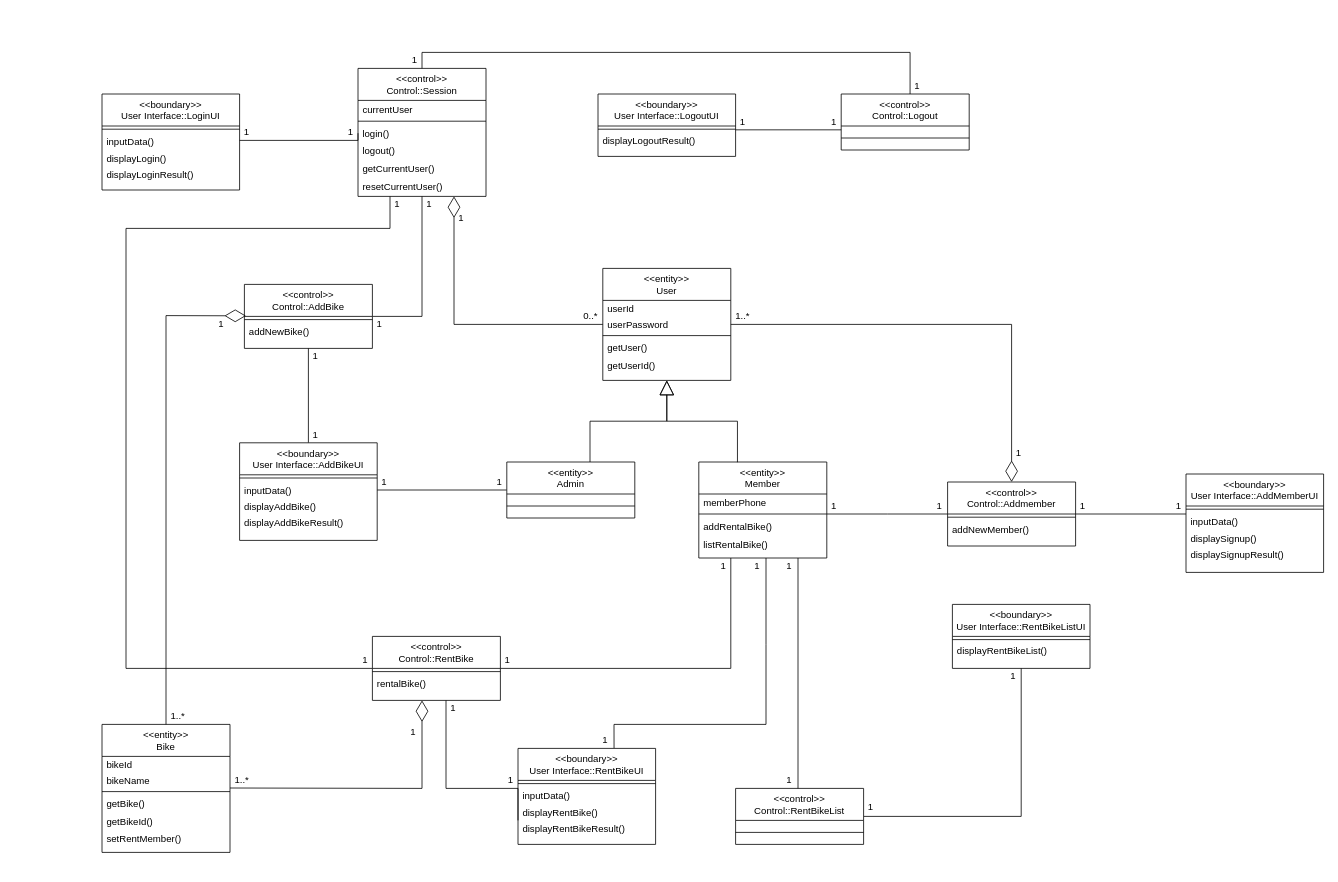
The draw.io diagram requirement_capturing/analysis_class_diagram.drawio in cmin42/2025-1-SE-HW, before the edit. Source tidied: cells renumbered, new cells numbered last; positions are measured from the earlier drawing's top-left corner, leaving out a move shared by most shapes. Both pictures are drawn from the tidied source at 80%, with x=0, y=0 at pixel (102, 52).
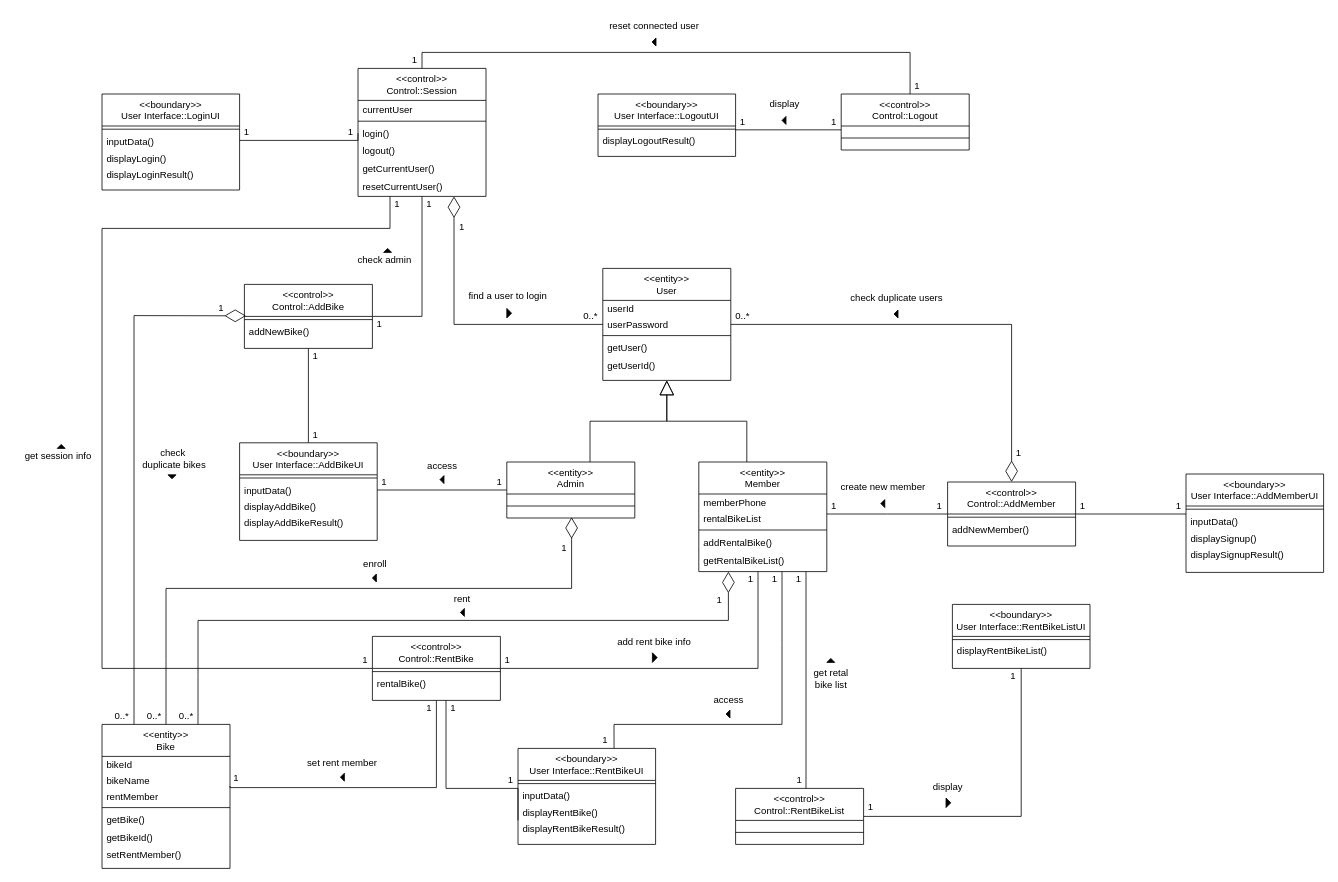
Above is the later version.

Commit message (it also covers changes not shown here):
Fix: association 상세화 및 전체적인 수정

Unchanged cells that the change refers to:
```xml
<mxCell id="36" value="&lt;&lt;boundary&gt;&gt;&#10;User Interface::RentBikeUI" style="swimlane;fontStyle=0;align=center;verticalAlign=top;horizontal=1;startSize=40;rounded=0;shadow=0;strokeWidth=1;" parent="1" vertex="1">
  <mxGeometry x="520" y="870" width="172" height="120" as="geometry" />
</mxCell>
<mxCell id="49" value="&lt;&lt;control&gt;&gt;&#10;Control::Session" style="swimlane;fontStyle=0;align=center;verticalAlign=top;horizontal=1;startSize=40;rounded=0;shadow=0;strokeWidth=1;" parent="1" vertex="1">
  <mxGeometry x="320" y="20" width="160" height="160" as="geometry" />
</mxCell>
<mxCell id="61" value="&lt;&lt;control&gt;&gt;&#10;Control::RentBike" style="swimlane;fontStyle=0;align=center;verticalAlign=top;horizontal=1;startSize=40;rounded=0;shadow=0;strokeWidth=1;" parent="1" vertex="1">
  <mxGeometry x="338" y="730" width="160" height="80" as="geometry" />
</mxCell>
<mxCell id="69" value="bikeName" style="text;align=left;verticalAlign=middle;spacingLeft=4;spacingRight=4;overflow=hidden;points=[[0,0.5],[1,0.5]];portConstraint=eastwest;rounded=0;shadow=0;html=0;" parent="67" vertex="1">
  <mxGeometry y="60" width="160" height="20" as="geometry" />
</mxCell>
```

The edit, as a diff of the source:
```diff
@@
     <mxCell id="16" value="&lt;&lt;entity&gt;&gt;&#10;Member" style="swimlane;fontStyle=0;align=center;verticalAlign=top;horizontal=1;startSize=40;rounded=0;shadow=0;strokeWidth=1;" parent="1" vertex="1">
-      <mxGeometry x="746" y="512" width="160" height="120" as="geometry" />
+      <mxGeometry x="746" y="512" width="160" height="137" as="geometry" />
     </mxCell>
@@
+    <mxCell id="124" value="rentalBikeList" style="text;align=left;verticalAlign=middle;spacingLeft=4;spacingRight=4;overflow=hidden;" parent="16" vertex="1">
+      <mxGeometry y="60" width="160" height="20" as="geometry" />
+    </mxCell>
     <mxCell id="18" style="line;html=1;strokeWidth=1;align=left;verticalAlign=middle;spacingTop=-1;spacingLeft=3;spacingRight=3;labelPosition=right;" parent="16" vertex="1">
-      <mxGeometry y="60" width="160" height="10" as="geometry" />
+      <mxGeometry y="80" width="160" height="10" as="geometry" />
     </mxCell>
     <mxCell id="19" value="addRentalBike()" style="text;align=left;verticalAlign=middle;spacingLeft=4;spacingRight=4;overflow=hidden;" parent="16" vertex="1">
-      <mxGeometry y="70" width="160" height="22" as="geometry" />
+      <mxGeometry y="90" width="160" height="22" as="geometry" />
     </mxCell>
-    <mxCell id="20" value="listRentalBike()" style="text;align=left;verticalAlign=middle;spacingLeft=4;spacingRight=4;overflow=hidden;" parent="16" vertex="1">
-      <mxGeometry y="92" width="160" height="22" as="geometry" />
+    <mxCell id="20" value="getRentalBikeList()" style="text;align=left;verticalAlign=middle;spacingLeft=4;spacingRight=4;overflow=hidden;" parent="16" vertex="1">
+      <mxGeometry y="112" width="160" height="22" as="geometry" />
     </mxCell>
@@
-    <mxCell id="45" value="&lt;&lt;control&gt;&gt;&#10;Control::Addmember" style="swimlane;fontStyle=0;align=center;verticalAlign=top;horizontal=1;startSize=40;rounded=0;shadow=0;strokeWidth=1;" parent="1" vertex="1">
+    <mxCell id="45" value="&lt;&lt;control&gt;&gt;&#10;Control::AddMember" style="swimlane;fontStyle=0;align=center;verticalAlign=top;horizontal=1;startSize=40;rounded=0;shadow=0;strokeWidth=1;" parent="1" vertex="1">
       <mxGeometry x="1057" y="537" width="160" height="80" as="geometry" />
     </mxCell>
@@
     <mxCell id="48" style="edgeStyle=orthogonalEdgeStyle;rounded=0;jettySize=auto;html=1;entryX=0;entryY=0.5;entryDx=0;entryDy=0;endArrow=none;startFill=0;" parent="1" edge="1" source="49" target="61">
       <mxGeometry relative="1" as="geometry">
         <Array as="points">
           <mxPoint x="360" y="220" />
-          <mxPoint x="30" y="220" />
-          <mxPoint x="30" y="770" />
+          <mxPoint y="220" />
+          <mxPoint y="770" />
         </Array>
       </mxGeometry>
     </mxCell>
@@
+    <mxCell id="125" style="edgeStyle=orthogonalEdgeStyle;rounded=0;jettySize=auto;html=1;entryX=0;entryY=1;entryDx=0;entryDy=0;endArrow=none;startFill=0;" parent="1" edge="1" source="61" target="90">
+      <mxGeometry relative="1" as="geometry">
+        <Array as="points">
+          <mxPoint x="418" y="919" />
+          <mxPoint x="160" y="919" />
+        </Array>
+      </mxGeometry>
+    </mxCell>
@@
     <mxCell id="67" value="&lt;&lt;entity&gt;&gt;&#10;Bike" style="swimlane;fontStyle=0;align=center;verticalAlign=top;horizontal=1;startSize=40;rounded=0;shadow=0;strokeWidth=1;" parent="1" vertex="1">
-      <mxGeometry y="840" width="160" height="160" as="geometry" />
+      <mxGeometry y="840" width="160" height="180" as="geometry" />
     </mxCell>
@@
+    <mxCell id="126" value="rentMember" style="text;align=left;verticalAlign=middle;spacingLeft=4;spacingRight=4;overflow=hidden;rounded=0;shadow=0;html=0;" parent="67" vertex="1">
+      <mxGeometry y="80" width="160" height="20" as="geometry" />
+    </mxCell>
     <mxCell id="70" style="line;html=1;strokeWidth=1;align=left;verticalAlign=middle;spacingTop=-1;spacingLeft=3;spacingRight=3;labelPosition=right;" parent="67" vertex="1">
-      <mxGeometry y="80" width="160" height="8" as="geometry" />
+      <mxGeometry y="100" width="160" height="8" as="geometry" />
     </mxCell>
     <mxCell id="71" value="getBike()" style="text;align=left;verticalAlign=middle;spacingLeft=4;spacingRight=4;overflow=hidden;" parent="67" vertex="1">
-      <mxGeometry y="88" width="160" height="22" as="geometry" />
+      <mxGeometry y="108" width="160" height="22" as="geometry" />
     </mxCell>
     <mxCell id="72" value="getBikeId()" style="text;align=left;verticalAlign=middle;spacingLeft=4;spacingRight=4;overflow=hidden;" parent="67" vertex="1">
-      <mxGeometry y="110" width="160" height="22" as="geometry" />
+      <mxGeometry y="130" width="160" height="22" as="geometry" />
     </mxCell>
     <mxCell id="73" value="setRentMember()" style="text;align=left;verticalAlign=middle;spacingLeft=4;spacingRight=4;overflow=hidden;" parent="67" vertex="1">
-      <mxGeometry y="132" width="160" height="22" as="geometry" />
+      <mxGeometry y="152" width="160" height="22" as="geometry" />
     </mxCell>
@@
-    <mxCell id="75" style="endArrow=block;endSize=16;endFill=0;html=1;rounded=0;exitX=0.302;exitY=0.002;exitDx=0;exitDy=0;edgeStyle=orthogonalEdgeStyle;exitPerimeter=0;" parent="1" edge="1" source="16">
+    <mxCell id="75" style="endArrow=block;endSize=16;endFill=0;html=1;rounded=0;edgeStyle=orthogonalEdgeStyle;" parent="1" edge="1">
       <mxGeometry relative="1" as="geometry">
+        <mxPoint x="806" y="512" as="sourcePoint" />
         <mxPoint x="706" y="410" as="targetPoint" />
         <Array as="points">
-          <mxPoint x="794" y="461" />
+          <mxPoint x="806" y="512" />
+          <mxPoint x="806" y="461" />
           <mxPoint x="706" y="461" />
         </Array>
       </mxGeometry>
     </mxCell>
@@
-    <mxCell id="85" style="endArrow=diamondThin;endFill=0;endSize=24;html=1;rounded=0;exitX=0.5;exitY=0;exitDx=0;exitDy=0;" parent="1" edge="1" source="67">
+    <mxCell id="85" style="endArrow=diamondThin;endFill=0;endSize=24;html=1;rounded=0;exitX=0.25;exitY=0;exitDx=0;exitDy=0;" parent="1" edge="1" source="67">
       <mxGeometry relative="1" as="geometry">
         <mxPoint x="180" y="329.3" as="targetPoint" />
         <Array as="points">
-          <mxPoint x="80" y="329" />
+          <mxPoint x="40" y="329" />
         </Array>
       </mxGeometry>
     </mxCell>
     <mxCell id="86" value="1" style="text;strokeColor=none;align=center;fillColor=none;html=1;verticalAlign=middle;whiteSpace=wrap;rounded=0;" parent="1" vertex="1">
-      <mxGeometry x="140" y="330" width="18" height="20" as="geometry" />
+      <mxGeometry x="140" y="310" width="18" height="20" as="geometry" />
     </mxCell>
-    <mxCell id="87" value="1..*" style="text;strokeColor=none;align=center;fillColor=none;html=1;verticalAlign=middle;whiteSpace=wrap;rounded=0;" parent="1" vertex="1">
-      <mxGeometry x="80" y="820" width="30" height="20" as="geometry" />
+    <mxCell id="87" value="0..*" style="text;strokeColor=none;align=center;fillColor=none;html=1;verticalAlign=middle;whiteSpace=wrap;rounded=0;" parent="1" vertex="1">
+      <mxGeometry x="10" y="820" width="30" height="20" as="geometry" />
     </mxCell>
-    <mxCell id="88" style="endArrow=diamondThin;endFill=0;endSize=24;html=1;rounded=0;exitX=1;exitY=0.975;exitDx=0;exitDy=0;exitPerimeter=0;" parent="1" edge="1" source="69">
-      <mxGeometry relative="1" as="geometry">
-        <mxPoint x="400" y="810" as="targetPoint" />
-        <Array as="points">
-          <mxPoint x="400" y="920" />
-        </Array>
-      </mxGeometry>
-    </mxCell>
     <mxCell id="89" value="1" style="text;strokeColor=none;align=center;fillColor=none;html=1;verticalAlign=middle;whiteSpace=wrap;rounded=0;" parent="1" vertex="1">
-      <mxGeometry x="380" y="840" width="18" height="20" as="geometry" />
+      <mxGeometry x="400" y="810" width="18" height="20" as="geometry" />
     </mxCell>
-    <mxCell id="90" value="1..*" style="text;strokeColor=none;align=center;fillColor=none;html=1;verticalAlign=middle;whiteSpace=wrap;rounded=0;" parent="1" vertex="1">
-      <mxGeometry x="160" y="900" width="30" height="20" as="geometry" />
+    <mxCell id="90" value="1" style="text;strokeColor=none;align=center;fillColor=none;html=1;verticalAlign=middle;whiteSpace=wrap;rounded=0;" parent="1" vertex="1">
+      <mxGeometry x="160" y="897" width="16" height="20" as="geometry" />
     </mxCell>
@@
-    <mxCell id="93" style="endArrow=none;endFill=0;endSize=24;html=1;rounded=0;entryX=1;entryY=0.5;entryDx=0;entryDy=0;exitX=0.25;exitY=1;exitDx=0;exitDy=0;startFill=0;" parent="1" edge="1" source="16" target="61">
+    <mxCell id="93" style="endArrow=none;endFill=0;endSize=24;html=1;rounded=0;entryX=1;entryY=0.5;entryDx=0;entryDy=0;startFill=0;" parent="1" edge="1" target="61">
       <mxGeometry relative="1" as="geometry">
+        <mxPoint x="820" y="649" as="sourcePoint" />
         <Array as="points">
-          <mxPoint x="786" y="770" />
+          <mxPoint x="820" y="770" />
         </Array>
       </mxGeometry>
     </mxCell>
     <mxCell id="94" style="endArrow=none;endFill=0;endSize=24;html=1;rounded=0;entryX=0.698;entryY=-0.003;entryDx=0;entryDy=0;entryPerimeter=0;startFill=0;" parent="1" edge="1" target="36">
       <mxGeometry relative="1" as="geometry">
-        <mxPoint x="830" y="632" as="sourcePoint" />
+        <mxPoint x="850" y="649" as="sourcePoint" />
         <Array as="points">
-          <mxPoint x="830" y="740" />
-          <mxPoint x="830" y="840" />
+          <mxPoint x="850" y="740" />
+          <mxPoint x="850" y="840" />
           <mxPoint x="720" y="840" />
           <mxPoint x="640" y="840" />
         </Array>
       </mxGeometry>
     </mxCell>
     <mxCell id="95" style="endArrow=none;endFill=0;endSize=24;html=1;rounded=0;startFill=0;" parent="1" edge="1">
       <mxGeometry relative="1" as="geometry">
-        <mxPoint x="870" y="632" as="sourcePoint" />
-        <mxPoint x="870" y="920" as="targetPoint" />
+        <mxPoint x="880" y="649" as="sourcePoint" />
+        <mxPoint x="880" y="920" as="targetPoint" />
       </mxGeometry>
     </mxCell>
@@
     <mxCell id="97" value="1" style="text;strokeColor=none;align=center;fillColor=none;html=1;verticalAlign=middle;whiteSpace=wrap;rounded=0;" parent="1" vertex="1">
-      <mxGeometry x="850" y="900" width="18" height="20" as="geometry" />
+      <mxGeometry x="863" y="900" width="18" height="20" as="geometry" />
     </mxCell>
@@
     <mxCell id="100" value="1" style="text;strokeColor=none;align=center;fillColor=none;html=1;verticalAlign=middle;whiteSpace=wrap;rounded=0;" parent="1" vertex="1">
-      <mxGeometry x="440" y="197" width="18" height="20" as="geometry" />
+      <mxGeometry x="441" y="209" width="18" height="20" as="geometry" />
     </mxCell>
@@
-    <mxCell id="104" value="1..*" style="text;strokeColor=none;align=center;fillColor=none;html=1;verticalAlign=middle;whiteSpace=wrap;rounded=0;" parent="1" vertex="1">
+    <mxCell id="104" value="0..*" style="text;strokeColor=none;align=center;fillColor=none;html=1;verticalAlign=middle;whiteSpace=wrap;rounded=0;" parent="1" vertex="1">
       <mxGeometry x="786" y="320" width="30" height="20" as="geometry" />
     </mxCell>
@@
     <mxCell id="107" value="1" style="text;strokeColor=none;align=center;fillColor=none;html=1;verticalAlign=middle;whiteSpace=wrap;rounded=0;" parent="1" vertex="1">
-      <mxGeometry x="768" y="632" width="18" height="20" as="geometry" />
+      <mxGeometry x="802" y="649" width="18" height="20" as="geometry" />
     </mxCell>
     <mxCell id="108" value="1" style="text;strokeColor=none;align=center;fillColor=none;html=1;verticalAlign=middle;whiteSpace=wrap;rounded=0;" parent="1" vertex="1">
-      <mxGeometry x="810" y="632" width="18" height="20" as="geometry" />
+      <mxGeometry x="832" y="649" width="18" height="20" as="geometry" />
     </mxCell>
     <mxCell id="109" value="1" style="text;strokeColor=none;align=center;fillColor=none;html=1;verticalAlign=middle;whiteSpace=wrap;rounded=0;" parent="1" vertex="1">
-      <mxGeometry x="850" y="632" width="18" height="20" as="geometry" />
+      <mxGeometry x="862" y="648" width="18" height="20" as="geometry" />
     </mxCell>
@@
+    <mxCell id="127" value="1" style="text;strokeColor=none;align=center;fillColor=none;html=1;verticalAlign=middle;whiteSpace=wrap;rounded=0;" parent="1" vertex="1">
+      <mxGeometry x="569" y="610" width="18" height="20" as="geometry" />
+    </mxCell>
+    <mxCell id="128" value="0..*" style="text;strokeColor=none;align=center;fillColor=none;html=1;verticalAlign=middle;whiteSpace=wrap;rounded=0;" parent="1" vertex="1">
+      <mxGeometry x="51" y="820" width="29" height="20" as="geometry" />
+    </mxCell>
+    <mxCell id="129" style="endArrow=diamondThin;endFill=0;endSize=24;html=1;rounded=0;exitX=1;exitY=1;exitDx=0;exitDy=0;" parent="1" edge="1" source="128">
+      <mxGeometry relative="1" as="geometry">
+        <mxPoint x="587" y="581" as="targetPoint" />
+        <Array as="points">
+          <mxPoint x="80" y="760" />
+          <mxPoint x="80" y="670" />
+          <mxPoint x="587" y="670" />
+        </Array>
+      </mxGeometry>
+    </mxCell>
+    <mxCell id="130" style="endArrow=diamondThin;endFill=0;endSize=24;html=1;rounded=0;exitX=0.75;exitY=0;exitDx=0;exitDy=0;" parent="1" edge="1" source="67">
+      <mxGeometry relative="1" as="geometry">
+        <mxPoint x="783" y="649" as="targetPoint" />
+        <Array as="points">
+          <mxPoint x="120" y="780" />
+          <mxPoint x="120" y="710" />
+          <mxPoint x="460" y="710" />
+          <mxPoint x="783" y="710" />
+        </Array>
+      </mxGeometry>
+    </mxCell>
+    <mxCell id="131" value="0..*" style="text;strokeColor=none;align=center;fillColor=none;html=1;verticalAlign=middle;whiteSpace=wrap;rounded=0;" parent="1" vertex="1">
+      <mxGeometry x="91" y="820" width="29" height="20" as="geometry" />
+    </mxCell>
+    <mxCell id="132" value="1" style="text;strokeColor=none;align=center;fillColor=none;html=1;verticalAlign=middle;whiteSpace=wrap;rounded=0;" parent="1" vertex="1">
+      <mxGeometry x="763" y="675" width="18" height="20" as="geometry" />
+    </mxCell>
+    <mxCell id="133" style="triangle;fillColor=strokeColor;flipH=1;" parent="1" vertex="1">
+      <mxGeometry x="338" y="652" width="5" height="10" as="geometry" />
+    </mxCell>
+    <mxCell id="134" value="enroll" style="text;html=1;align=center;verticalAlign=middle;strokeColor=none;fillColor=none;" parent="1" vertex="1">
+      <mxGeometry x="315.5" y="625" width="50" height="30" as="geometry" />
+    </mxCell>
+    <mxCell id="135" style="triangle;fillColor=strokeColor;flipH=1;" parent="1" vertex="1">
+      <mxGeometry x="448" y="695" width="5" height="10" as="geometry" />
+    </mxCell>
+    <mxCell id="136" value="rent" style="text;html=1;align=center;verticalAlign=middle;strokeColor=none;fillColor=none;" parent="1" vertex="1">
+      <mxGeometry x="430" y="668" width="40" height="30" as="geometry" />
+    </mxCell>
+    <mxCell id="137" style="triangle;fillColor=strokeColor;" parent="1" vertex="1">
+      <mxGeometry x="506" y="320" width="6" height="12" as="geometry" />
+    </mxCell>
+    <mxCell id="138" value="find a user to login" style="text;html=1;align=center;verticalAlign=middle;strokeColor=none;fillColor=none;" parent="1" vertex="1">
+      <mxGeometry x="447" y="290" width="120" height="30" as="geometry" />
+    </mxCell>
+    <mxCell id="139" style="triangle;fillColor=strokeColor;flipH=1;" parent="1" vertex="1">
+      <mxGeometry x="990" y="322" width="5" height="10" as="geometry" />
+    </mxCell>
+    <mxCell id="140" value="check duplicate users" style="text;html=1;align=center;verticalAlign=middle;strokeColor=none;fillColor=none;" parent="1" vertex="1">
+      <mxGeometry x="922.5" y="292" width="140" height="30" as="geometry" />
+    </mxCell>
+    <mxCell id="141" style="triangle;fillColor=strokeColor;flipH=1;" parent="1" vertex="1">
+      <mxGeometry x="973.5" y="559" width="5" height="10" as="geometry" />
+    </mxCell>
+    <mxCell id="142" value="create new member" style="text;html=1;align=center;verticalAlign=middle;strokeColor=none;fillColor=none;" parent="1" vertex="1">
+      <mxGeometry x="911" y="529" width="130" height="30" as="geometry" />
+    </mxCell>
+    <mxCell id="143" style="triangle;fillColor=strokeColor;flipH=1;" parent="1" vertex="1">
+      <mxGeometry x="687.5" y="-18" width="5" height="10" as="geometry" />
+    </mxCell>
+    <mxCell id="144" value="reset connected user" style="text;html=1;align=center;verticalAlign=middle;strokeColor=none;fillColor=none;" parent="1" vertex="1">
+      <mxGeometry x="620" y="-48" width="140" height="30" as="geometry" />
+    </mxCell>
+    <mxCell id="145" style="triangle;fillColor=strokeColor;flipH=1;" parent="1" vertex="1">
+      <mxGeometry x="850" y="80" width="5" height="10" as="geometry" />
+    </mxCell>
+    <mxCell id="146" value="display" style="text;html=1;align=center;verticalAlign=middle;strokeColor=none;fillColor=none;" parent="1" vertex="1">
+      <mxGeometry x="822.5" y="50" width="60" height="30" as="geometry" />
+    </mxCell>
+    <mxCell id="147" style="triangle;fillColor=strokeColor;flipH=1;" parent="1" vertex="1">
+      <mxGeometry x="422.5" y="529" width="5" height="10" as="geometry" />
+    </mxCell>
+    <mxCell id="148" value="access" style="text;html=1;align=center;verticalAlign=middle;strokeColor=none;fillColor=none;" parent="1" vertex="1">
+      <mxGeometry x="395" y="502" width="60" height="30" as="geometry" />
+    </mxCell>
+    <mxCell id="149" style="triangle;fillColor=strokeColor;flipH=1;" parent="1" vertex="1">
+      <mxGeometry x="780" y="822" width="5" height="10" as="geometry" />
+    </mxCell>
+    <mxCell id="150" value="access" style="text;html=1;align=center;verticalAlign=middle;strokeColor=none;fillColor=none;" parent="1" vertex="1">
+      <mxGeometry x="752.5" y="795" width="60" height="30" as="geometry" />
+    </mxCell>
+    <mxCell id="151" style="triangle;fillColor=strokeColor;flipH=1;direction=south;" parent="1" vertex="1">
+      <mxGeometry x="82.5" y="528" width="10" height="5" as="geometry" />
+    </mxCell>
+    <mxCell id="152" value="check&amp;nbsp;&lt;div&gt;duplicate bikes&lt;/div&gt;" style="text;html=1;align=center;verticalAlign=middle;strokeColor=none;fillColor=none;" parent="1" vertex="1">
+      <mxGeometry x="40" y="488" width="100" height="40" as="geometry" />
+    </mxCell>
+    <mxCell id="153" style="triangle;fillColor=strokeColor;flipH=1;direction=south;flipV=1;" parent="1" vertex="1">
+      <mxGeometry x="352" y="245" width="10" height="5" as="geometry" />
+    </mxCell>
+    <mxCell id="154" value="check admin" style="text;html=1;align=center;verticalAlign=middle;strokeColor=none;fillColor=none;" parent="1" vertex="1">
+      <mxGeometry x="308" y="245" width="90" height="30" as="geometry" />
+    </mxCell>
+    <mxCell id="155" style="triangle;fillColor=strokeColor;flipH=1;direction=south;flipV=1;" parent="1" vertex="1">
+      <mxGeometry x="-56" y="490" width="10" height="5" as="geometry" />
+    </mxCell>
+    <mxCell id="156" value="get session info" style="text;html=1;align=center;verticalAlign=middle;strokeColor=none;fillColor=none;" parent="1" vertex="1">
+      <mxGeometry x="-110" y="490" width="110" height="30" as="geometry" />
+    </mxCell>
+    <mxCell id="157" style="triangle;fillColor=strokeColor;" parent="1" vertex="1">
+      <mxGeometry x="1055" y="932" width="6" height="12" as="geometry" />
+    </mxCell>
+    <mxCell id="158" value="display" style="text;html=1;align=center;verticalAlign=middle;strokeColor=none;fillColor=none;" parent="1" vertex="1">
+      <mxGeometry x="1027" y="903" width="60" height="30" as="geometry" />
+    </mxCell>
+    <mxCell id="159" style="triangle;fillColor=strokeColor;flipH=1;" parent="1" vertex="1">
+      <mxGeometry x="298" y="901" width="5" height="10" as="geometry" />
+    </mxCell>
+    <mxCell id="160" value="set rent member" style="text;html=1;align=center;verticalAlign=middle;strokeColor=none;fillColor=none;" parent="1" vertex="1">
+      <mxGeometry x="245" y="874" width="110" height="30" as="geometry" />
+    </mxCell>
+    <mxCell id="161" style="triangle;fillColor=strokeColor;flipH=1;direction=south;flipV=1;" parent="1" vertex="1">
+      <mxGeometry x="906" y="757.5" width="10" height="5" as="geometry" />
+    </mxCell>
+    <mxCell id="162" value="get retal&lt;div&gt;&lt;span style=&quot;background-color: transparent; color: light-dark(rgb(0, 0, 0), rgb(255, 255, 255));&quot;&gt;bike list&lt;/span&gt;&lt;/div&gt;" style="text;html=1;align=center;verticalAlign=middle;strokeColor=none;fillColor=none;" parent="1" vertex="1">
+      <mxGeometry x="876" y="762.5" width="70" height="40" as="geometry" />
+    </mxCell>
+    <mxCell id="163" style="triangle;fillColor=strokeColor;" parent="1" vertex="1">
+      <mxGeometry x="688" y="750.5" width="6" height="12" as="geometry" />
+    </mxCell>
+    <mxCell id="164" value="add rent bike info" style="text;html=1;align=center;verticalAlign=middle;strokeColor=none;fillColor=none;" parent="1" vertex="1">
+      <mxGeometry x="630" y="721.5" width="120" height="30" as="geometry" />
+    </mxCell>
```
